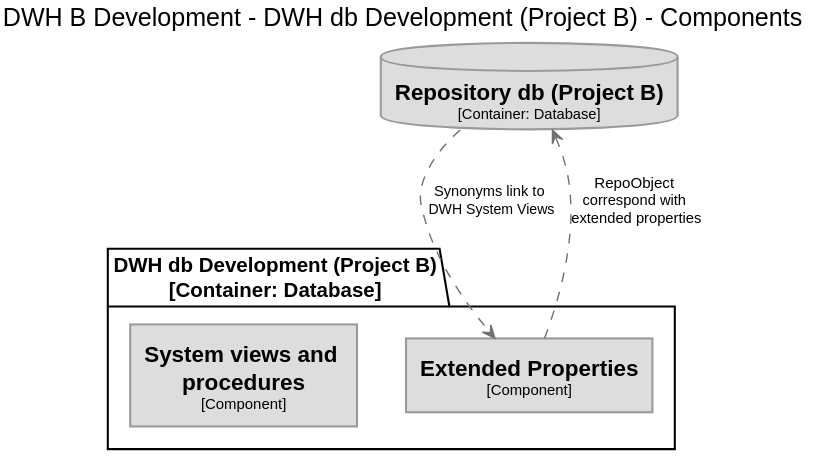
Before: docs/build/html5/images/structurizr-DWHBDevelopment-DWHdbDevelopmentProjectB-Component.svg, a diagram exported from PlantUML (DataHandwerk/DataHandwerk-toolkit-mssql).
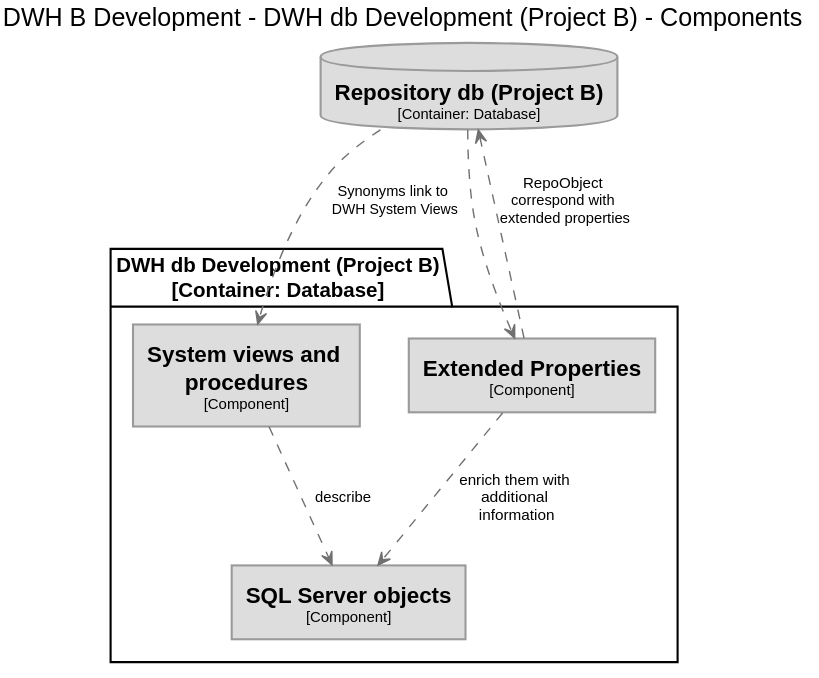
The same file after the commit.

What changed in the source:
```diff
@@ -25,11 +25,20 @@
   FontColor #000000
   BorderColor #9A9A9A
 }
+skinparam rectangle<<20>> {
+  BackgroundColor #dddddd
+  FontColor #000000
+  BorderColor #9A9A9A
+}
 database "==Repository db (Project B)\n<size:10>[Container: Database]</size>" <<5>> as 5
 package "DWH db Development (Project B)\n[Container: Database]" {
   rectangle "==Extended Properties\n<size:10>[Component]</size>" <<19>> as 19
+  rectangle "==SQL Server objects\n<size:10>[Component]</size>" <<20>> as 20
   rectangle "==System views and procedures\n<size:10>[Component]</size>" <<18>> as 18
 }
 19 .[#707070].> 5 : "RepoObject correspond with extended properties"
-5 .[#707070].> 19 : "Synonyms link to DWH System Views"
+19 .[#707070].> 20 : "enrich them with additional information"
+5 .[#707070].> 19 : ""
+5 .[#707070].> 18 : "Synonyms link to DWH System Views"
+18 .[#707070].> 20 : "describe"
 @enduml
```
